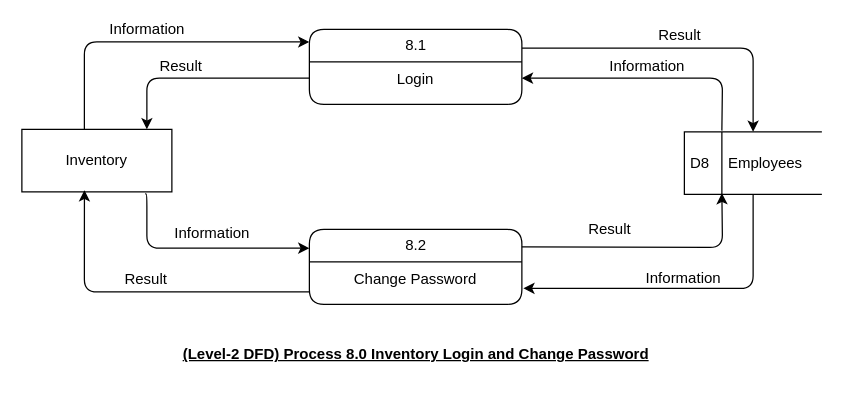
Earlier version of the draw.io diagram assets/dfd/Inventory/DFD-Level-8.0 - Login and Change Password.drawio (vanluong94/aptech-market-management-system). Source tidied: cells renumbered, new cells numbered last; positions are measured from the earlier drawing's top-left corner, leaving out a move shared by most shapes. Both pictures are drawn from the tidied source at 125%, with x=0, y=0 at pixel (21, 29).
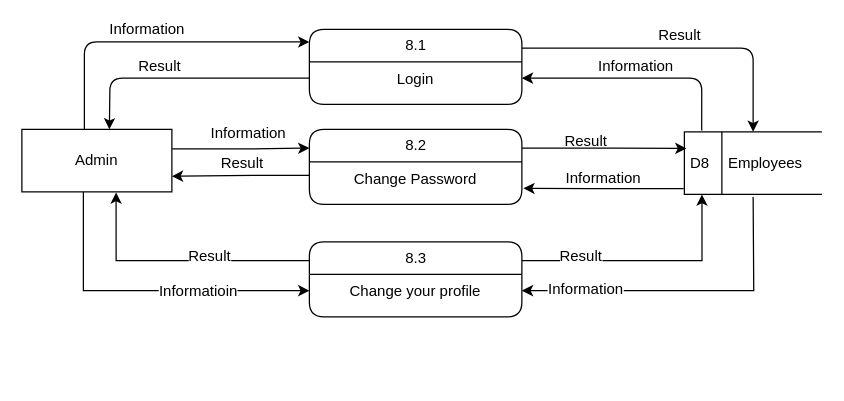
The same diagram, later.

What changed in the source:
```diff
@@
-    <mxCell id="2" value="&lt;p class=&quot;MsoNormal&quot; style=&quot;font-size: 12px&quot;&gt;&lt;font style=&quot;font-size: 12px&quot;&gt;&lt;span style=&quot;font-size: 12px&quot;&gt;&lt;b style=&quot;font-size: 12px&quot;&gt;&lt;u style=&quot;font-size: 12px&quot;&gt;(Level-2 DFD) Process 8.0 Inventory Login and Change Password&lt;/u&gt;&lt;/b&gt;&lt;/span&gt;&lt;/font&gt;&lt;br style=&quot;font-size: 12px&quot;&gt;&lt;/p&gt;" style="text;html=1;align=center;verticalAlign=middle;strokeColor=none;fontColor=#000000;fontFamily=Helvetica;fontSize=12;" parent="1" vertex="1">
-      <mxGeometry x="120" y="240" width="390" height="40" as="geometry" />
-    </mxCell>
-    <mxCell id="3" value="Information" style="edgeStyle=orthogonalEdgeStyle;curved=0;rounded=1;sketch=0;jettySize=auto;html=1;entryX=0;entryY=0.25;entryDx=0;entryDy=0;labelBackgroundColor=none;fontColor=#000000;fontFamily=Helvetica;fontSize=12;exitX=0.822;exitY=1.033;exitDx=0;exitDy=0;exitPerimeter=0;" parent="1" edge="1" source="5" target="10">
-      <mxGeometry x="0.11" y="12" relative="1" as="geometry">
-        <Array as="points">
-          <mxPoint x="100" y="132" />
-          <mxPoint x="100" y="175" />
-        </Array>
-      </mxGeometry>
-    </mxCell>
-    <mxCell id="4" value="Information" style="edgeStyle=orthogonalEdgeStyle;jumpStyle=none;jettySize=auto;html=1;entryX=0;entryY=0.167;entryDx=0;entryDy=0;entryPerimeter=0;shadow=0;labelBackgroundColor=none;rounded=1;fontColor=#000000;fontFamily=Helvetica;fontSize=12;" parent="1" edge="1" source="5" target="7">
-      <mxGeometry x="-0.04" y="10" relative="1" as="geometry">
-        <Array as="points">
-          <mxPoint x="50" y="10" />
-        </Array>
-      </mxGeometry>
-    </mxCell>
-    <mxCell id="5" value="&lt;font style=&quot;font-size: 12px&quot;&gt;Inventory&lt;/font&gt;" style="rounded=0;whiteSpace=wrap;html=1;fontColor=#000000;fontFamily=Helvetica;fontSize=12;" parent="1" vertex="1">
-      <mxGeometry y="80" width="120" height="50" as="geometry" />
-    </mxCell>
+    <mxCell id="18" value="Information" style="edgeStyle=orthogonalEdgeStyle;curved=0;rounded=1;sketch=0;jettySize=auto;html=1;entryX=0;entryY=0.25;entryDx=0;entryDy=0;labelBackgroundColor=none;fontFamily=Helvetica;fontSize=12;exitX=1.002;exitY=0.313;exitDx=0;exitDy=0;exitPerimeter=0;" parent="1" edge="1" source="22" target="10">
+      <mxGeometry x="0.11" y="12" relative="1" as="geometry" />
+    </mxCell>
+    <mxCell id="19" value="Information" style="edgeStyle=orthogonalEdgeStyle;jumpStyle=none;jettySize=auto;html=1;entryX=0;entryY=0.167;entryDx=0;entryDy=0;entryPerimeter=0;shadow=0;labelBackgroundColor=none;rounded=1;fontFamily=Helvetica;fontSize=12;" parent="1" edge="1" source="22" target="7">
+      <mxGeometry x="-0.04" y="10" relative="1" as="geometry">
+        <Array as="points">
+          <mxPoint x="50" y="10" />
+        </Array>
+      </mxGeometry>
+    </mxCell>
+    <mxCell id="20" style="edgeStyle=orthogonalEdgeStyle;rounded=0;jettySize=auto;html=1;entryX=0;entryY=0.5;entryDx=0;entryDy=0;fontFamily=Helvetica;fontSize=12;exitX=0.41;exitY=1.003;exitDx=0;exitDy=0;exitPerimeter=0;" parent="1" edge="1" source="22" target="34">
+      <mxGeometry relative="1" as="geometry" />
+    </mxCell>
+    <mxCell id="21" value="Informatioin" style="edgeLabel;html=1;align=center;verticalAlign=middle;fontSize=12;fontFamily=Helvetica;" parent="20" vertex="1">
+      <mxGeometry x="0.31" relative="1" as="geometry" />
+    </mxCell>
+    <mxCell id="22" value="&lt;font style=&quot;font-size: 12px;&quot;&gt;Admin&lt;/font&gt;" style="rounded=0;whiteSpace=wrap;html=1;fontFamily=Helvetica;fontSize=12;" parent="1" vertex="1">
+      <mxGeometry y="80" width="120" height="50" as="geometry" />
+    </mxCell>
-    <mxCell id="6" value="Result" style="edgeStyle=orthogonalEdgeStyle;curved=0;rounded=1;sketch=0;jettySize=auto;html=1;labelBackgroundColor=none;fontColor=#000000;fontFamily=Helvetica;fontSize=12;exitX=1;exitY=0.25;exitDx=0;exitDy=0;" parent="1" edge="1" source="7" target="14">
+    <mxCell id="6" value="Result" style="edgeStyle=orthogonalEdgeStyle;curved=0;rounded=1;sketch=0;jettySize=auto;html=1;labelBackgroundColor=none;fontFamily=Helvetica;fontSize=12;exitX=1;exitY=0.25;exitDx=0;exitDy=0;" parent="1" edge="1" source="7" target="14">
       <mxGeometry y="10" relative="1" as="geometry" />
     </mxCell>
-    <mxCell id="7" value="8.1" style="swimlane;html=1;fontStyle=0;horizontal=1;startSize=26;swimlaneFillColor=#ffffff;align=center;rounded=1;shadow=0;comic=0;labelBackgroundColor=none;strokeWidth=1;fontFamily=Helvetica;fontSize=12;fontColor=#000000;" parent="1" vertex="1">
+    <mxCell id="7" value="8.1" style="swimlane;html=1;fontStyle=0;horizontal=1;startSize=26;swimlaneFillColor=#ffffff;align=center;rounded=1;shadow=0;comic=0;labelBackgroundColor=none;strokeWidth=1;fontFamily=Helvetica;fontSize=12;" parent="1" vertex="1">
       <mxGeometry x="230" width="170" height="60" as="geometry" />
     </mxCell>
-    <mxCell id="8" value="&lt;font style=&quot;font-size: 12px;&quot;&gt;&lt;span style=&quot;font-size: 12px;&quot;&gt;Login&lt;/span&gt;&lt;/font&gt;" style="text;html=1;strokeColor=none;fillColor=none;spacingLeft=4;spacingRight=4;whiteSpace=wrap;overflow=hidden;points=[[0,0.5],[1,0.5]];portConstraint=eastwest;fontColor=#000000;align=center;fontFamily=Helvetica;fontSize=12;" parent="7" vertex="1">
+    <mxCell id="8" value="&lt;font style=&quot;font-size: 12px;&quot;&gt;&lt;span style=&quot;font-size: 12px;&quot;&gt;Login&lt;/span&gt;&lt;/font&gt;" style="text;html=1;strokeColor=none;fillColor=none;spacingLeft=4;spacingRight=4;whiteSpace=wrap;overflow=hidden;points=[[0,0.5],[1,0.5]];portConstraint=eastwest;align=center;fontFamily=Helvetica;fontSize=12;" parent="7" vertex="1">
       <mxGeometry y="26" width="170" height="26" as="geometry" />
     </mxCell>
-    <mxCell id="9" value="Result" style="edgeStyle=orthogonalEdgeStyle;curved=0;rounded=1;sketch=0;jettySize=auto;html=1;labelBackgroundColor=none;fontColor=#000000;fontFamily=Helvetica;fontSize=12;entryX=0.417;entryY=0.973;entryDx=0;entryDy=0;entryPerimeter=0;" parent="1" edge="1" source="10" target="5">
-      <mxGeometry y="-10" relative="1" as="geometry">
-        <Array as="points">
-          <mxPoint x="50" y="210" />
-        </Array>
-      </mxGeometry>
-    </mxCell>
+    <mxCell id="23" value="Result" style="edgeStyle=orthogonalEdgeStyle;curved=0;rounded=1;sketch=0;jettySize=auto;html=1;entryX=1;entryY=0.75;entryDx=0;entryDy=0;labelBackgroundColor=none;fontFamily=Helvetica;fontSize=12;exitX=0.009;exitY=0.415;exitDx=0;exitDy=0;exitPerimeter=0;" parent="1" edge="1" source="11" target="22">
+      <mxGeometry y="-10" relative="1" as="geometry" />
+    </mxCell>
-    <mxCell id="10" value="8.2" style="swimlane;html=1;fontStyle=0;horizontal=1;startSize=26;swimlaneFillColor=#ffffff;align=center;rounded=1;shadow=0;comic=0;labelBackgroundColor=none;strokeWidth=1;fontFamily=Helvetica;fontSize=12;fontColor=#000000;" parent="1" vertex="1">
-      <mxGeometry x="230" y="160" width="170" height="60" as="geometry" />
+    <mxCell id="10" value="8.2" style="swimlane;html=1;fontStyle=0;horizontal=1;startSize=26;swimlaneFillColor=#ffffff;align=center;rounded=1;shadow=0;comic=0;labelBackgroundColor=none;strokeWidth=1;fontFamily=Helvetica;fontSize=12;" parent="1" vertex="1">
+      <mxGeometry x="230" y="80" width="170" height="60" as="geometry" />
     </mxCell>
-    <mxCell id="11" value="&lt;font style=&quot;font-size: 12px;&quot;&gt;&lt;span style=&quot;font-size: 12px;&quot;&gt;Change Password&lt;/span&gt;&lt;/font&gt;" style="text;html=1;strokeColor=none;fillColor=none;spacingLeft=4;spacingRight=4;whiteSpace=wrap;overflow=hidden;points=[[0,0.5],[1,0.5]];portConstraint=eastwest;fontColor=#000000;align=center;fontFamily=Helvetica;fontSize=12;" parent="10" vertex="1">
+    <mxCell id="11" value="&lt;font style=&quot;font-size: 12px;&quot;&gt;&lt;span style=&quot;font-size: 12px;&quot;&gt;Change Password&lt;/span&gt;&lt;/font&gt;" style="text;html=1;strokeColor=none;fillColor=none;spacingLeft=4;spacingRight=4;whiteSpace=wrap;overflow=hidden;points=[[0,0.5],[1,0.5]];portConstraint=eastwest;align=center;fontFamily=Helvetica;fontSize=12;" parent="10" vertex="1">
       <mxGeometry y="26" width="170" height="26" as="geometry" />
     </mxCell>
-    <mxCell id="12" value="&#10;&#10;&lt;span style=&quot;font-size: 12px; font-style: normal; font-weight: 400; letter-spacing: normal; text-align: center; text-indent: 0px; text-transform: none; word-spacing: 0px; display: inline; float: none;&quot;&gt;Information&lt;/span&gt;&#10;&#10;" style="edgeStyle=orthogonalEdgeStyle;curved=0;rounded=1;sketch=0;jettySize=auto;html=1;entryX=1;entryY=0.5;entryDx=0;entryDy=0;labelBackgroundColor=none;fontColor=#000000;fontFamily=Helvetica;fontSize=12;" parent="1" edge="1" target="8">
-      <mxGeometry x="0.02" y="-9" relative="1" as="geometry">
-        <mxPoint x="560" y="81" as="sourcePoint" />
-      </mxGeometry>
-    </mxCell>
+    <mxCell id="24" value="&#10;&#10;&lt;span style=&quot;font-size: 12px; font-style: normal; font-weight: 400; letter-spacing: normal; text-align: center; text-indent: 0px; text-transform: none; word-spacing: 0px; display: inline; float: none;&quot;&gt;Information&lt;/span&gt;&#10;&#10;" style="edgeStyle=orthogonalEdgeStyle;curved=0;rounded=1;sketch=0;jettySize=auto;html=1;entryX=1;entryY=0.5;entryDx=0;entryDy=0;exitX=0.126;exitY=-0.023;exitDx=0;exitDy=0;exitPerimeter=0;labelBackgroundColor=none;fontFamily=Helvetica;fontSize=12;" parent="1" edge="1" source="14" target="8">
+      <mxGeometry x="0.02" y="-9" relative="1" as="geometry" />
+    </mxCell>
-    <mxCell id="13" value="&#10;&#10;&lt;span style=&quot;font-size: 12px; font-style: normal; font-weight: 400; letter-spacing: normal; text-align: center; text-indent: 0px; text-transform: none; word-spacing: 0px; display: inline; float: none;&quot;&gt;Information&lt;/span&gt;&#10;&#10;" style="edgeStyle=orthogonalEdgeStyle;curved=0;rounded=1;sketch=0;jettySize=auto;html=1;entryX=1.007;entryY=0.815;entryDx=0;entryDy=0;entryPerimeter=0;exitX=0.5;exitY=1;exitDx=0;exitDy=0;labelBackgroundColor=none;fontColor=#000000;fontFamily=Helvetica;fontSize=12;" parent="1" edge="1" source="14" target="11">
+    <mxCell id="13" value="&#10;&#10;&lt;span style=&quot;font-size: 12px; font-style: normal; font-weight: 400; letter-spacing: normal; text-align: center; text-indent: 0px; text-transform: none; word-spacing: 0px; display: inline; float: none;&quot;&gt;Information&lt;/span&gt;&#10;&#10;" style="edgeStyle=orthogonalEdgeStyle;curved=0;rounded=1;sketch=0;jettySize=auto;html=1;entryX=1.007;entryY=0.815;entryDx=0;entryDy=0;entryPerimeter=0;exitX=-0.005;exitY=0.907;exitDx=0;exitDy=0;labelBackgroundColor=none;fontFamily=Helvetica;fontSize=12;exitPerimeter=0;" parent="1" edge="1" source="14" target="11">
       <mxGeometry x="0.01" y="-8" relative="1" as="geometry" />
     </mxCell>
+    <mxCell id="25" style="edgeStyle=orthogonalEdgeStyle;rounded=0;jettySize=auto;html=1;entryX=1;entryY=0.5;entryDx=0;entryDy=0;fontFamily=Helvetica;fontSize=12;" parent="1" edge="1" target="34">
+      <mxGeometry relative="1" as="geometry">
+        <mxPoint x="585" y="134" as="sourcePoint" />
+      </mxGeometry>
+    </mxCell>
+    <mxCell id="26" value="Information" style="edgeLabel;html=1;align=center;verticalAlign=middle;fontSize=12;fontFamily=Helvetica;" parent="25" vertex="1">
+      <mxGeometry x="0.61" y="-2" relative="1" as="geometry" />
+    </mxCell>
-    <mxCell id="14" value="D8" style="html=1;dashed=0;whitespace=wrap;shape=mxgraph.dfd.dataStoreID;align=left;spacingLeft=3;points=[[0,0],[0.5,0],[1,0],[0,0.5],[1,0.5],[0,1],[0.5,1],[1,1]];fontColor=#000000;fontFamily=Helvetica;fontSize=12;" parent="1" vertex="1">
+    <mxCell id="14" value="D8" style="html=1;dashed=0;whitespace=wrap;shape=mxgraph.dfd.dataStoreID;align=left;spacingLeft=3;points=[[0,0],[0.5,0],[1,0],[0,0.5],[1,0.5],[0,1],[0.5,1],[1,1]];fontFamily=Helvetica;fontSize=12;" parent="1" vertex="1">
       <mxGeometry x="530" y="82" width="110" height="50" as="geometry" />
     </mxCell>
-    <mxCell id="15" value="Employees" style="text;html=1;strokeColor=none;fillColor=none;align=center;verticalAlign=middle;whiteSpace=wrap;rounded=0;fontColor=#000000;fontFamily=Helvetica;fontSize=12;" parent="1" vertex="1">
+    <mxCell id="15" value="Employees" style="text;html=1;strokeColor=none;fillColor=none;align=center;verticalAlign=middle;whiteSpace=wrap;rounded=0;fontFamily=Helvetica;fontSize=12;" parent="1" vertex="1">
       <mxGeometry x="570" y="97" width="50" height="20" as="geometry" />
     </mxCell>
-    <mxCell id="16" value="Result" style="edgeStyle=orthogonalEdgeStyle;curved=0;rounded=1;sketch=0;orthogonalLoop=1;jettySize=auto;html=1;exitX=1;exitY=0.25;exitDx=0;exitDy=0;labelBackgroundColor=none;fontColor=#000000;fontFamily=Helvetica;fontSize=12;entryX=0.273;entryY=1;entryDx=0;entryDy=0;entryPerimeter=0;" parent="1" edge="1">
-      <mxGeometry x="-0.31" y="14" relative="1" as="geometry">
-        <mxPoint x="400" y="174" as="sourcePoint" />
-        <mxPoint x="560" y="131" as="targetPoint" />
-      </mxGeometry>
-    </mxCell>
-    <mxCell id="17" value="Result" style="edgeStyle=orthogonalEdgeStyle;curved=0;rounded=1;sketch=0;jettySize=auto;html=1;labelBackgroundColor=none;fontColor=#000000;fontFamily=Helvetica;fontSize=12;" parent="1" edge="1" source="8">
-      <mxGeometry x="0.2" y="-9" relative="1" as="geometry">
-        <mxPoint x="100" y="80" as="targetPoint" />
-        <Array as="points">
-          <mxPoint x="100" y="39" />
-          <mxPoint x="100" y="80" />
-        </Array>
-      </mxGeometry>
-    </mxCell>
+    <mxCell id="27" value="Result" style="edgeStyle=orthogonalEdgeStyle;curved=0;rounded=1;sketch=0;jettySize=auto;html=1;exitX=1;exitY=0.25;exitDx=0;exitDy=0;labelBackgroundColor=none;fontFamily=Helvetica;fontSize=12;entryX=0.015;entryY=0.265;entryDx=0;entryDy=0;entryPerimeter=0;" parent="1" edge="1" source="10" target="14">
+      <mxGeometry x="-0.23" y="5" relative="1" as="geometry" />
+    </mxCell>
+    <mxCell id="28" value="Result" style="edgeStyle=orthogonalEdgeStyle;curved=0;rounded=1;sketch=0;jettySize=auto;html=1;labelBackgroundColor=none;fontFamily=Helvetica;fontSize=12;" parent="1" edge="1" source="8">
+      <mxGeometry x="0.2" y="-9" relative="1" as="geometry">
+        <mxPoint x="70" y="80" as="targetPoint" />
+      </mxGeometry>
+    </mxCell>
+    <mxCell id="29" style="edgeStyle=orthogonalEdgeStyle;rounded=0;jettySize=auto;html=1;entryX=0.628;entryY=1.009;entryDx=0;entryDy=0;fontFamily=Helvetica;fontSize=12;exitX=0;exitY=0.25;exitDx=0;exitDy=0;entryPerimeter=0;" parent="1" edge="1" source="33" target="22">
+      <mxGeometry relative="1" as="geometry" />
+    </mxCell>
+    <mxCell id="30" value="Result" style="edgeLabel;html=1;align=center;verticalAlign=middle;fontSize=12;fontFamily=Helvetica;" parent="29" vertex="1">
+      <mxGeometry x="-0.23" y="-4" relative="1" as="geometry" />
+    </mxCell>
+    <mxCell id="31" style="edgeStyle=orthogonalEdgeStyle;rounded=0;jettySize=auto;html=1;fontFamily=Helvetica;fontSize=12;exitX=1;exitY=0.25;exitDx=0;exitDy=0;entryX=0.128;entryY=1.003;entryDx=0;entryDy=0;entryPerimeter=0;" parent="1" edge="1" source="33" target="14">
+      <mxGeometry relative="1" as="geometry" />
+    </mxCell>
+    <mxCell id="32" value="Result" style="edgeLabel;html=1;align=center;verticalAlign=middle;fontSize=12;fontFamily=Helvetica;" parent="31" vertex="1">
+      <mxGeometry x="-0.53" y="4" relative="1" as="geometry" />
+    </mxCell>
+    <mxCell id="33" value="8.3" style="swimlane;html=1;fontStyle=0;horizontal=1;startSize=26;swimlaneFillColor=#ffffff;align=center;rounded=1;shadow=0;comic=0;labelBackgroundColor=none;strokeWidth=1;fontFamily=Helvetica;fontSize=12;" parent="1" vertex="1">
+      <mxGeometry x="230" y="170" width="170" height="60" as="geometry" />
+    </mxCell>
+    <mxCell id="34" value="Change your profile" style="text;html=1;strokeColor=none;fillColor=none;spacingLeft=4;spacingRight=4;whiteSpace=wrap;overflow=hidden;points=[[0,0.5],[1,0.5]];portConstraint=eastwest;align=center;fontFamily=Helvetica;fontSize=12;" parent="33" vertex="1">
+      <mxGeometry y="26" width="170" height="26" as="geometry" />
+    </mxCell>
```
